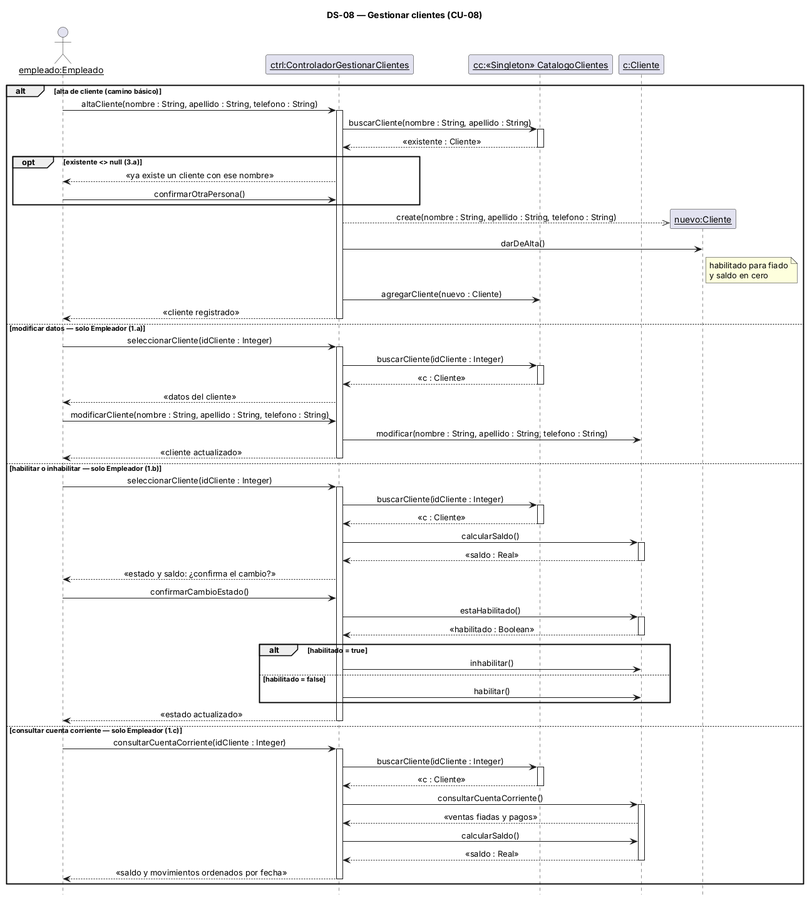
Before: 08-Diagrama De Secuencia/DS-08 Gestionar clientes.png, a diagram exported from PlantUML (alanbalzaretti123/control-de-stock1).
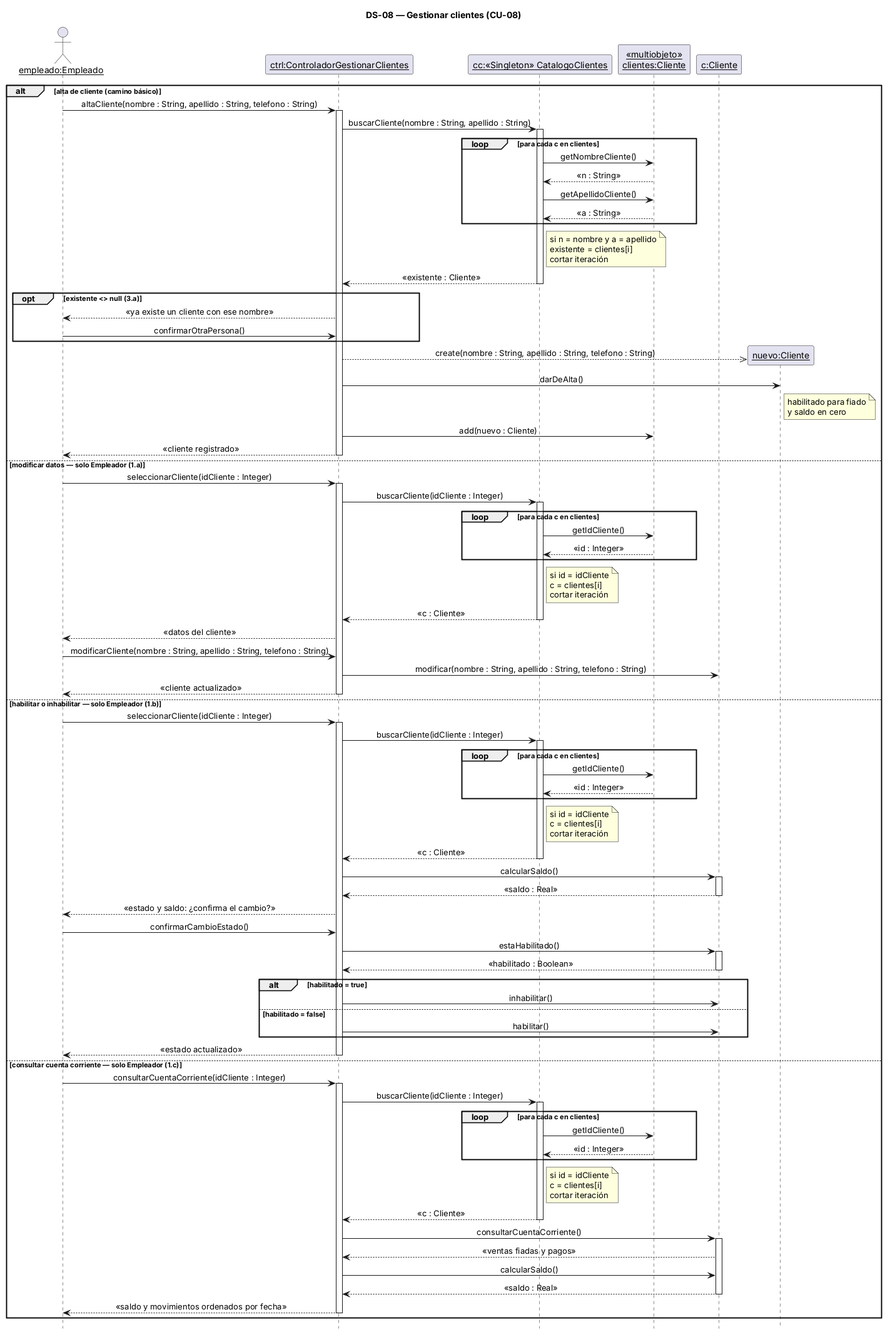
After the change.

Diff of the diagram source:
```diff
@@ -8,6 +8,7 @@
 actor "empleado:Empleado" as U
 participant "ctrl:ControladorGestionarClientes" as C
 participant "cc:«Singleton» CatalogoClientes" as CC
+participant "«multiobjeto»\nclientes:Cliente" as MCL
 participant "c:Cliente" as CL
 
 alt alta de cliente (camino básico)
@@ -15,6 +16,13 @@
   activate C
   C -> CC : buscarCliente(nombre : String, apellido : String)
   activate CC
+  loop para cada c en clientes
+    CC -> MCL : getNombreCliente()
+    MCL --> CC : «n : String»
+    CC -> MCL : getApellidoCliente()
+    MCL --> CC : «a : String»
+  end
+  note right of CC : si n = nombre y a = apellido\nexistente = clientes[i]\ncortar iteración
   CC --> C : «existente : Cliente»
   deactivate CC
   opt existente <> null (3.a)
@@ -25,7 +33,7 @@
   C -->> N : create(nombre : String, apellido : String, telefono : String)
   C -> N : darDeAlta()
   note right of N : habilitado para fiado\ny saldo en cero
-  C -> CC : agregarCliente(nuevo : Cliente)
+  C -> MCL : add(nuevo : Cliente)
   C --> U : «cliente registrado»
   deactivate C
 else modificar datos — solo Empleador (1.a)
@@ -33,6 +41,11 @@
   activate C
   C -> CC : buscarCliente(idCliente : Integer)
   activate CC
+  loop para cada c en clientes
+    CC -> MCL : getIdCliente()
+    MCL --> CC : «id : Integer»
+  end
+  note right of CC : si id = idCliente\nc = clientes[i]\ncortar iteración
   CC --> C : «c : Cliente»
   deactivate CC
   C --> U : «datos del cliente»
@@ -45,6 +58,11 @@
   activate C
   C -> CC : buscarCliente(idCliente : Integer)
   activate CC
+  loop para cada c en clientes
+    CC -> MCL : getIdCliente()
+    MCL --> CC : «id : Integer»
+  end
+  note right of CC : si id = idCliente\nc = clientes[i]\ncortar iteración
   CC --> C : «c : Cliente»
   deactivate CC
   C -> CL : calcularSaldo()
@@ -69,6 +87,11 @@
   activate C
   C -> CC : buscarCliente(idCliente : Integer)
   activate CC
+  loop para cada c en clientes
+    CC -> MCL : getIdCliente()
+    MCL --> CC : «id : Integer»
+  end
+  note right of CC : si id = idCliente\nc = clientes[i]\ncortar iteración
   CC --> C : «c : Cliente»
   deactivate CC
   C -> CL : consultarCuentaCorriente()
```
